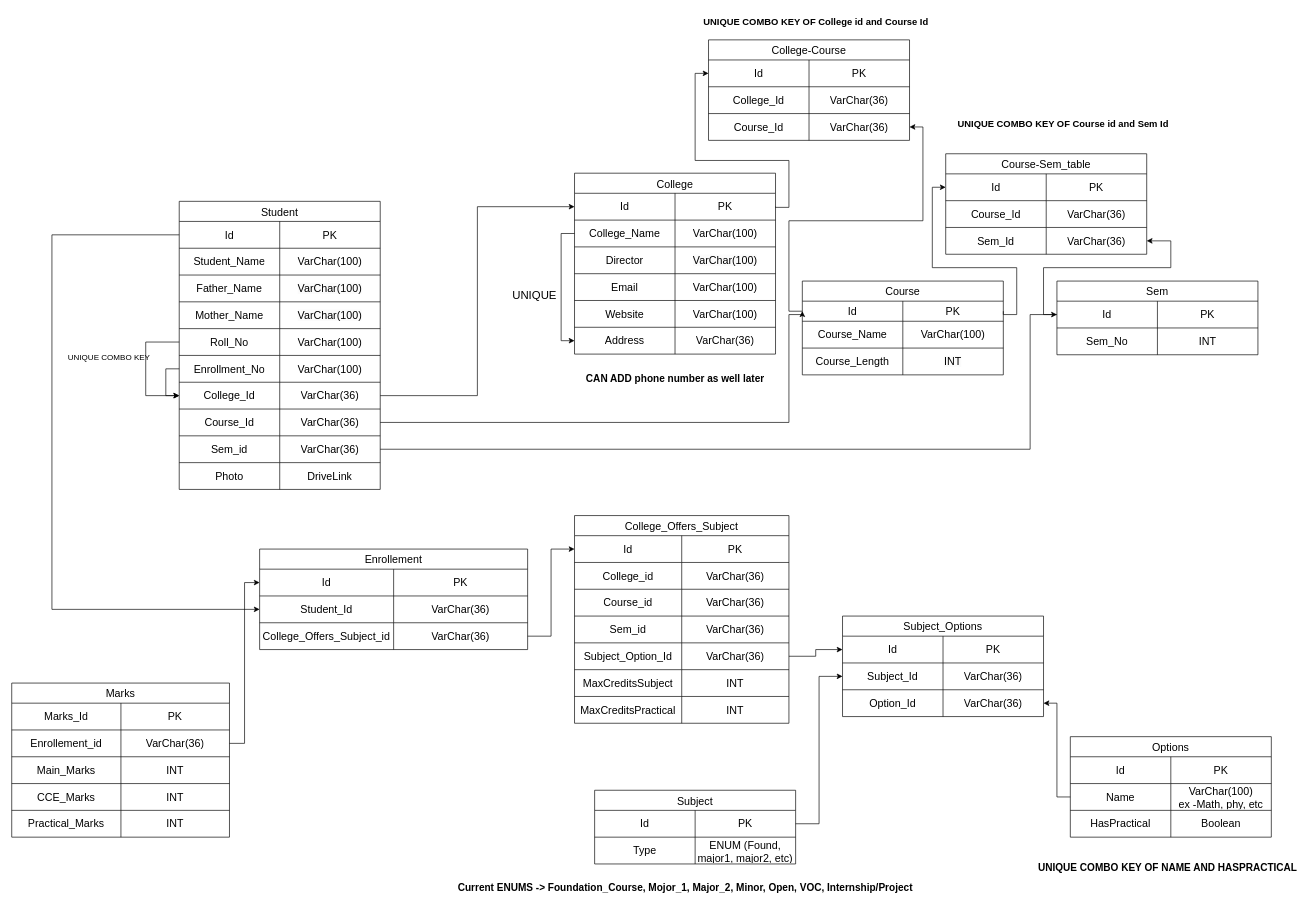
Before: Latest_College_Results.drawio in aristrader/CollegeResults, a draw.io diagram. Source tidied: cells renumbered, new cells numbered last; positions are measured from the earlier drawing's top-left corner, leaving out a move shared by most shapes. Both pictures are drawn from the tidied source at 67%, with x=0, y=0 at pixel (11, 11).
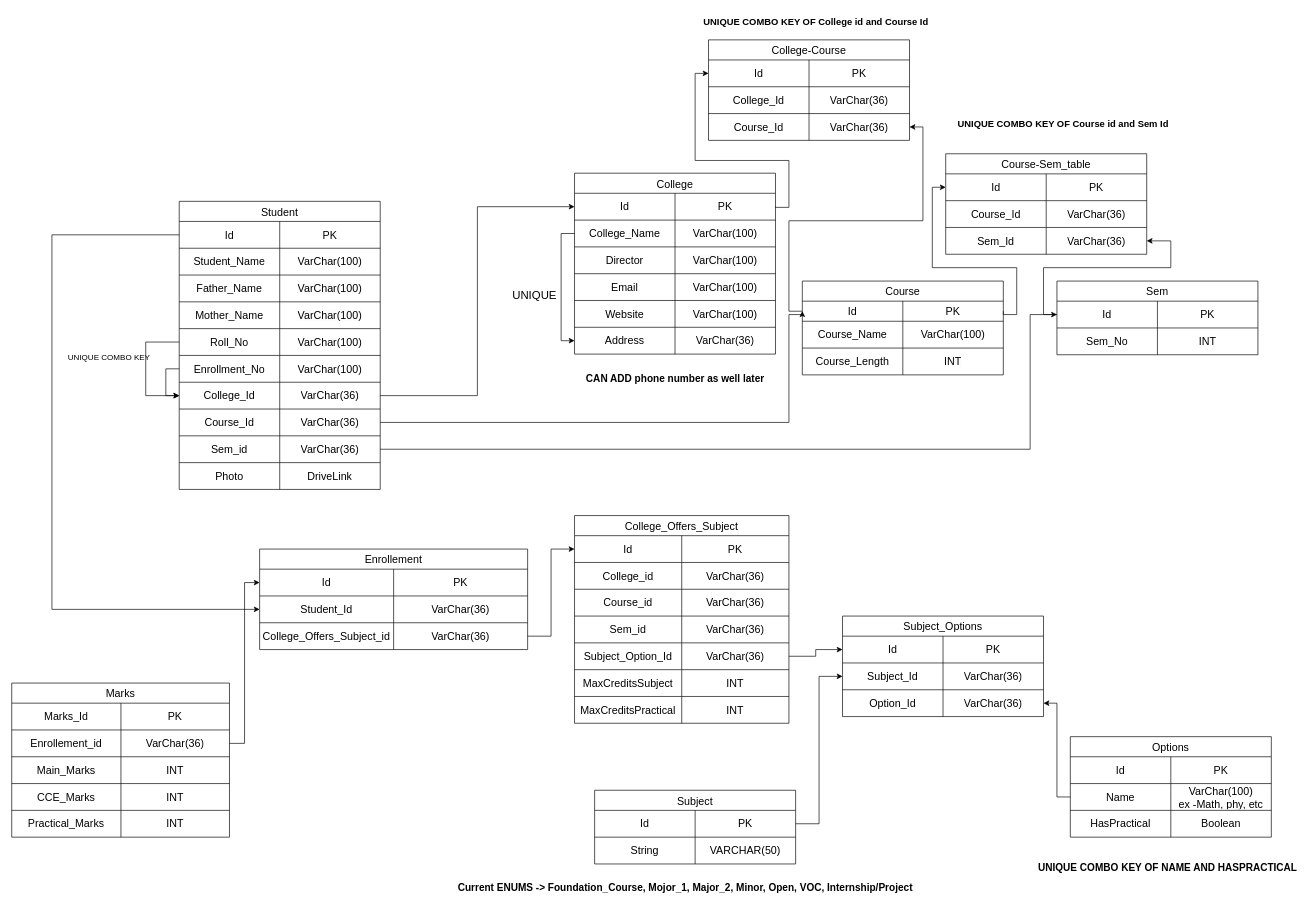
The same page after the edit.

Unchanged cells that the change refers to:
```xml
<mxCell id="103" style="shape=tableRow;horizontal=0;startSize=0;swimlaneHead=0;swimlaneBody=0;strokeColor=inherit;top=0;left=0;bottom=0;right=0;fillColor=none;fontSize=16;" parent="99" vertex="1">
  <mxGeometry y="70" width="300" height="40" as="geometry" />
</mxCell>
```

Diff of the diagram source:
```diff
@@
-    <mxCell id="104" value="Type" style="shape=partialRectangle;html=1;whiteSpace=wrap;strokeColor=inherit;overflow=hidden;fillColor=none;top=0;left=0;bottom=0;right=0;fontSize=16;" parent="103" vertex="1">
+    <mxCell id="104" value="String" style="shape=partialRectangle;html=1;whiteSpace=wrap;strokeColor=inherit;overflow=hidden;fillColor=none;top=0;left=0;bottom=0;right=0;fontSize=16;" parent="103" vertex="1">
       <mxGeometry width="150" height="40" as="geometry" />
     </mxCell>
-    <mxCell id="105" value="ENUM (Found, major1, major2, etc)" style="shape=partialRectangle;html=1;whiteSpace=wrap;strokeColor=inherit;overflow=hidden;fillColor=none;top=0;left=0;bottom=0;right=0;fontSize=16;" parent="103" vertex="1">
+    <mxCell id="105" value="VARCHAR(50)" style="shape=partialRectangle;html=1;whiteSpace=wrap;strokeColor=inherit;overflow=hidden;fillColor=none;top=0;left=0;bottom=0;right=0;fontSize=16;" parent="103" vertex="1">
       <mxGeometry x="150" width="150" height="40" as="geometry" />
     </mxCell>
```
